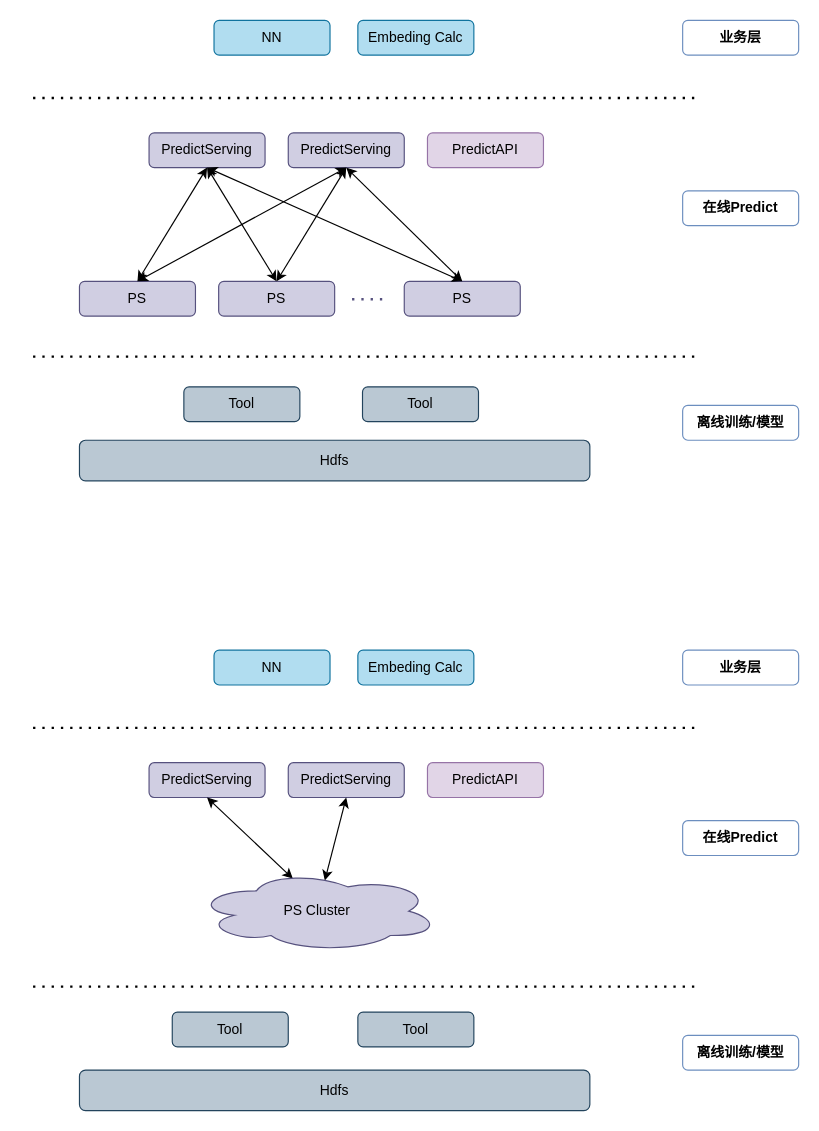
Above: NN-PS Diagram.drawio in JackHsiung/totoro (draw.io), before the change. Source tidied: cells renumbered, new cells numbered last; positions are measured from the earlier drawing's top-left corner, leaving out a move shared by most shapes. Both pictures are drawn from the tidied source at 116%, with x=0, y=0 at pixel (32, 20).
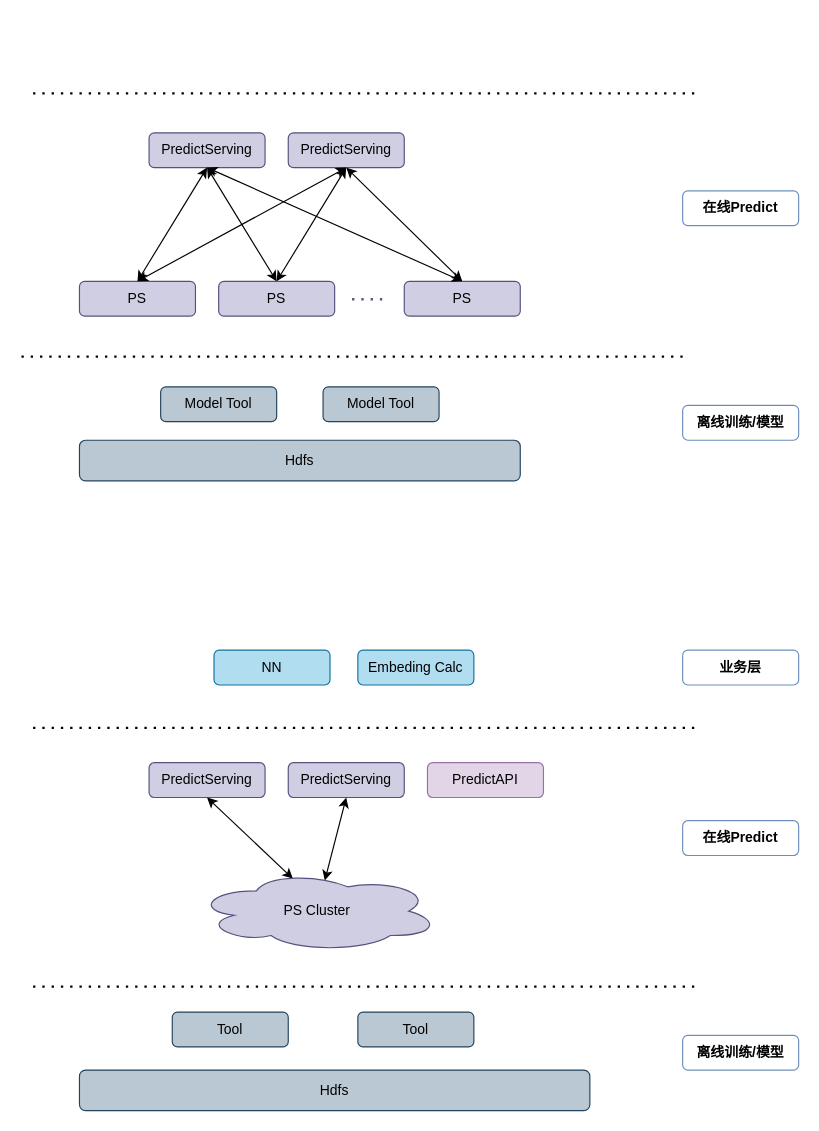
Above is the later version.

Change to the diagram source:
```diff
@@
     <mxCell id="14" value="Hdfs" style="rounded=1;whiteSpace=wrap;html=1;fillColor=#bac8d3;strokeColor=#23445d;" parent="1" vertex="1">
-      <mxGeometry x="40" y="362" width="440" height="35" as="geometry" />
+      <mxGeometry x="40" y="362" width="380" height="35" as="geometry" />
     </mxCell>
     <mxCell id="15" style="endArrow=none;dashed=1;html=1;dashPattern=1 3;strokeWidth=2;" parent="1" edge="1">
       <mxGeometry relative="1" as="geometry">
-        <mxPoint y="290" as="sourcePoint" />
-        <mxPoint x="570" y="290" as="targetPoint" />
+        <mxPoint x="-10" y="290" as="sourcePoint" />
+        <mxPoint x="560" y="290" as="targetPoint" />
       </mxGeometry>
     </mxCell>
@@
-    <mxCell id="17" value="PredictAPI" style="rounded=1;whiteSpace=wrap;html=1;fillColor=#e1d5e7;strokeColor=#9673a6;" parent="1" vertex="1">
-      <mxGeometry x="340" y="97" width="100" height="30" as="geometry" />
-    </mxCell>
-    <mxCell id="18" value="Tool" style="rounded=1;whiteSpace=wrap;html=1;fillColor=#bac8d3;strokeColor=#23445d;" parent="1" vertex="1">
-      <mxGeometry x="130" y="316" width="100" height="30" as="geometry" />
+    <mxCell id="18" value="Model Tool" style="rounded=1;whiteSpace=wrap;html=1;fillColor=#bac8d3;strokeColor=#23445d;" parent="1" vertex="1">
+      <mxGeometry x="110" y="316" width="100" height="30" as="geometry" />
     </mxCell>
-    <mxCell id="19" value="Tool" style="rounded=1;whiteSpace=wrap;html=1;fillColor=#bac8d3;strokeColor=#23445d;" parent="1" vertex="1">
-      <mxGeometry x="284" y="316" width="100" height="30" as="geometry" />
-    </mxCell>
-    <mxCell id="20" style="endArrow=none;dashed=1;html=1;dashPattern=1 3;strokeWidth=2;" parent="1" edge="1">
-      <mxGeometry relative="1" as="geometry">
-        <mxPoint y="67" as="sourcePoint" />
-        <mxPoint x="570" y="67" as="targetPoint" />
-      </mxGeometry>
-    </mxCell>
-    <mxCell id="21" value="业务层" style="rounded=1;whiteSpace=wrap;html=1;strokeColor=#6c8ebf;fillColor=none;fontStyle=1;" parent="1" vertex="1">
-      <mxGeometry x="560" width="100" height="30" as="geometry" />
-    </mxCell>
-    <mxCell id="22" value="NN" style="rounded=1;whiteSpace=wrap;html=1;fillColor=#b1ddf0;strokeColor=#10739e;labelBackgroundColor=none;labelBorderColor=none;" parent="1" vertex="1">
-      <mxGeometry x="156" width="100" height="30" as="geometry" />
-    </mxCell>
-    <mxCell id="23" value="Embeding Calc" style="rounded=1;whiteSpace=wrap;html=1;fillColor=#b1ddf0;strokeColor=#10739e;labelBackgroundColor=none;labelBorderColor=none;" parent="1" vertex="1">
-      <mxGeometry x="280" width="100" height="30" as="geometry" />
-    </mxCell>
@@
+    <mxCell id="41" value="Model Tool" style="rounded=1;whiteSpace=wrap;html=1;fillColor=#bac8d3;strokeColor=#23445d;" parent="1" vertex="1">
+      <mxGeometry x="250" y="316" width="100" height="30" as="geometry" />
+    </mxCell>
+    <mxCell id="42" style="endArrow=none;dashed=1;html=1;dashPattern=1 3;strokeWidth=2;" parent="1" edge="1">
+      <mxGeometry relative="1" as="geometry">
+        <mxPoint y="63" as="sourcePoint" />
+        <mxPoint x="570" y="63" as="targetPoint" />
+      </mxGeometry>
+    </mxCell>
```
